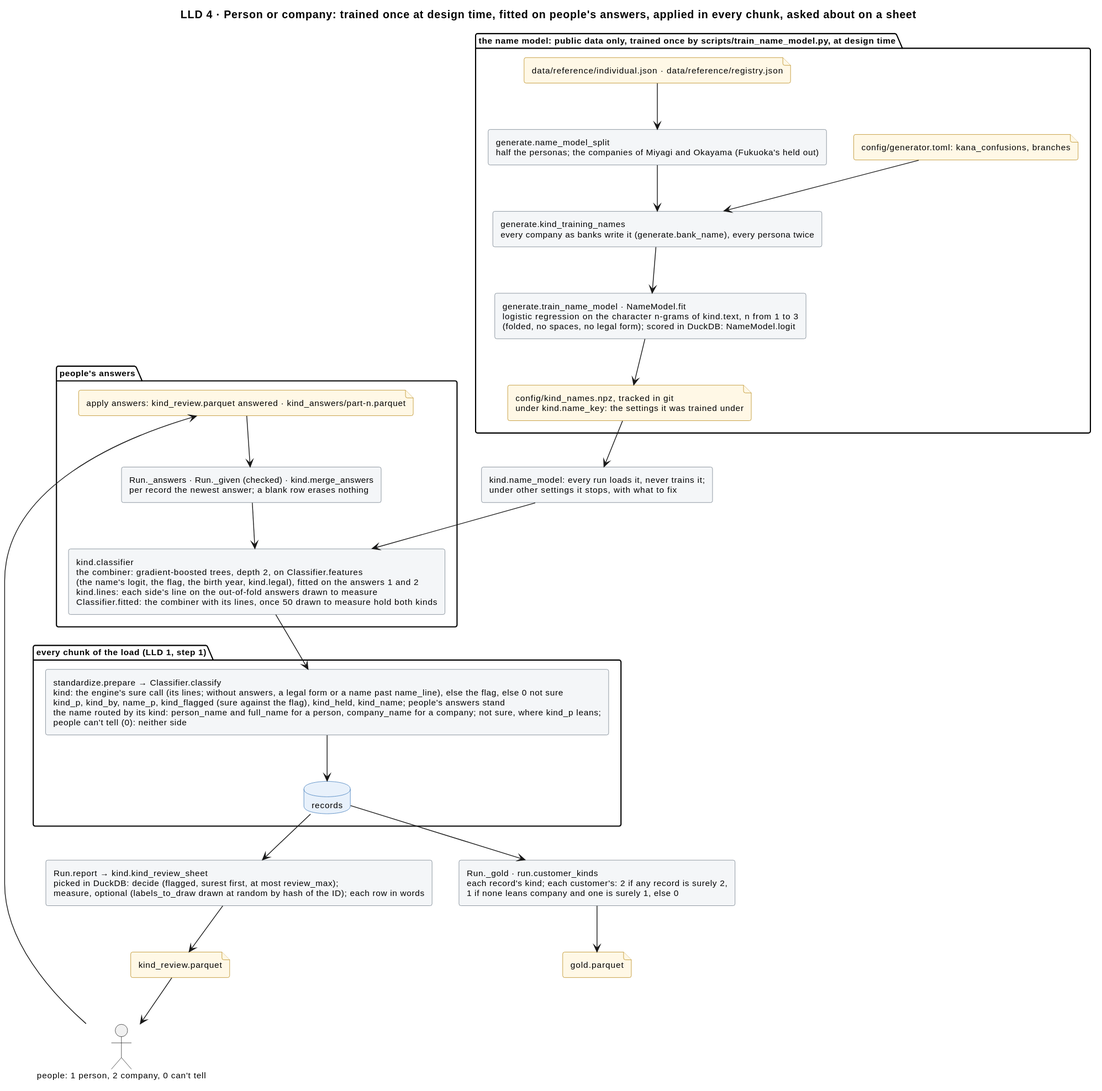
Earlier version of the PlantUML export docs/diagrams/kind.svg (mvsbm/entity_matching).
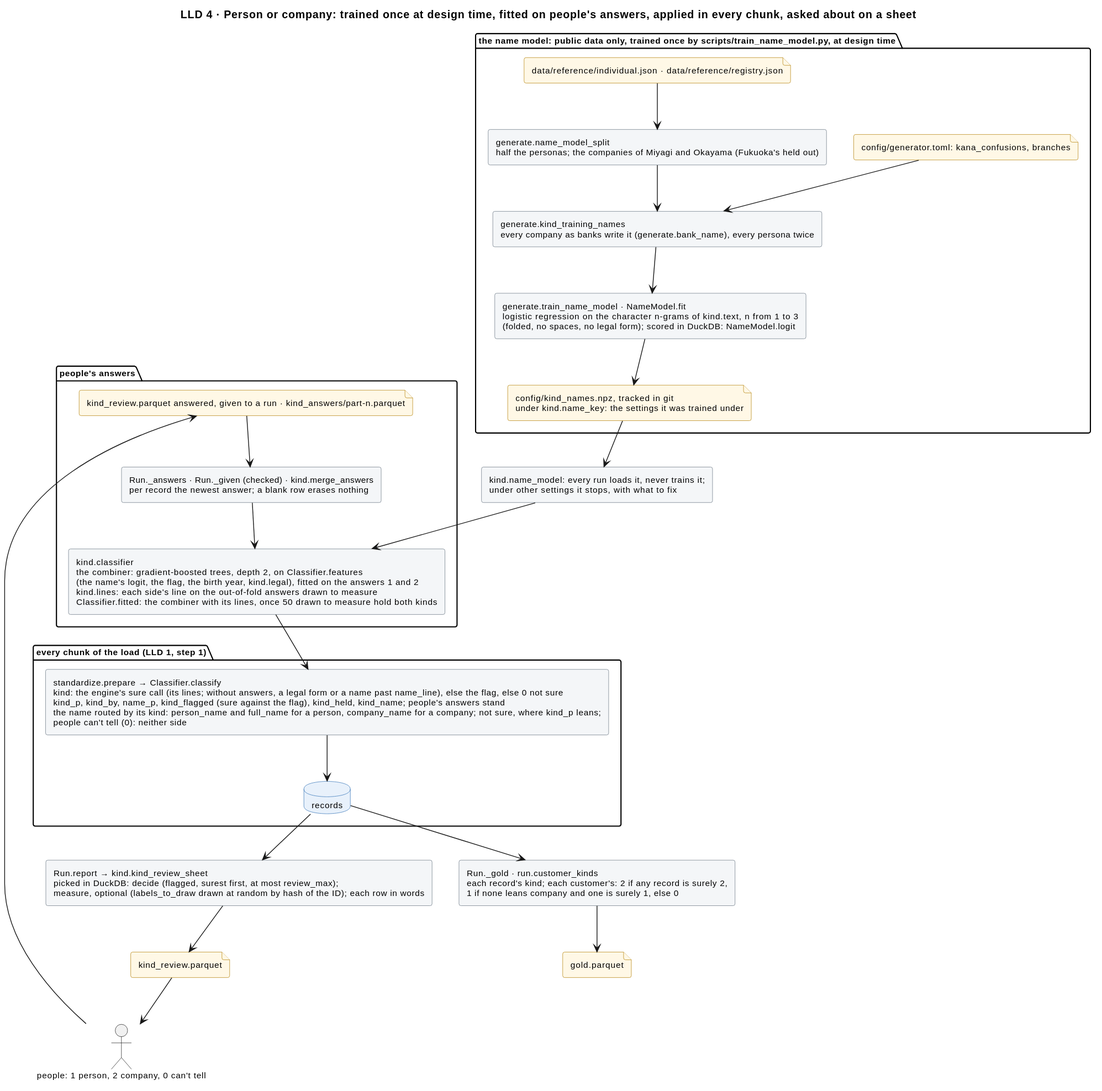
After the commit.

Diff of the diagram source:
```diff
@@ -25,7 +25,7 @@
 rectangle "kind.name_model: every run loads it, never trains it;\nunder other settings it stops, with what to fix" as load
 
 package "people's answers" {
-  file "apply answers: kind_review.parquet answered · kind_answers/part-n.parquet" as f_answers
+  file "kind_review.parquet answered, given to a run · kind_answers/part-n.parquet" as f_answers
   rectangle "Run._answers · Run._given (checked) · kind.merge_answers\nper record the newest answer; a blank row erases nothing" as merge
   rectangle "kind.classifier\nthe combiner: gradient-boosted trees, depth 2, on Classifier.features\n(the name's logit, the flag, the birth year, kind.legal), fitted on the answers 1 and 2\nkind.lines: each side's line on the out-of-fold answers drawn to measure\nClassifier.fitted: the combiner with its lines, once 50 drawn to measure hold both kinds" as fit
 }
```
